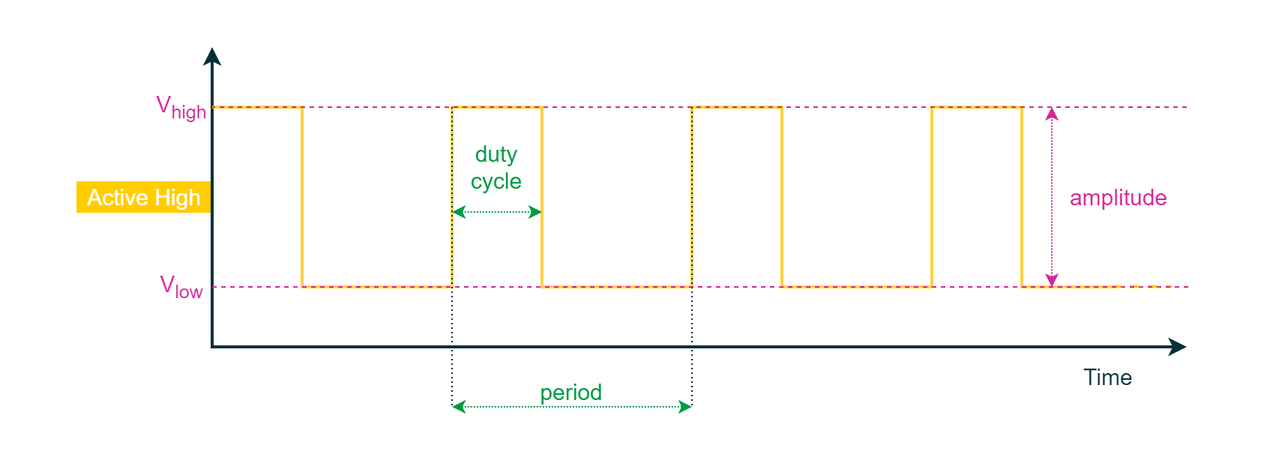
This is draw.io/PE Articles/General knowledge/Fundamentals/PWM 101 from Duty Cycle to Motor Control/Pulse wave details (PE).png from PLAY-Embedded/pe_assets, a draw.io export, as it was before one commit. Source tidied: cells renumbered, new cells last; positions are measured from the earlier drawing's top-left corner, leaving out a move shared by most shapes.
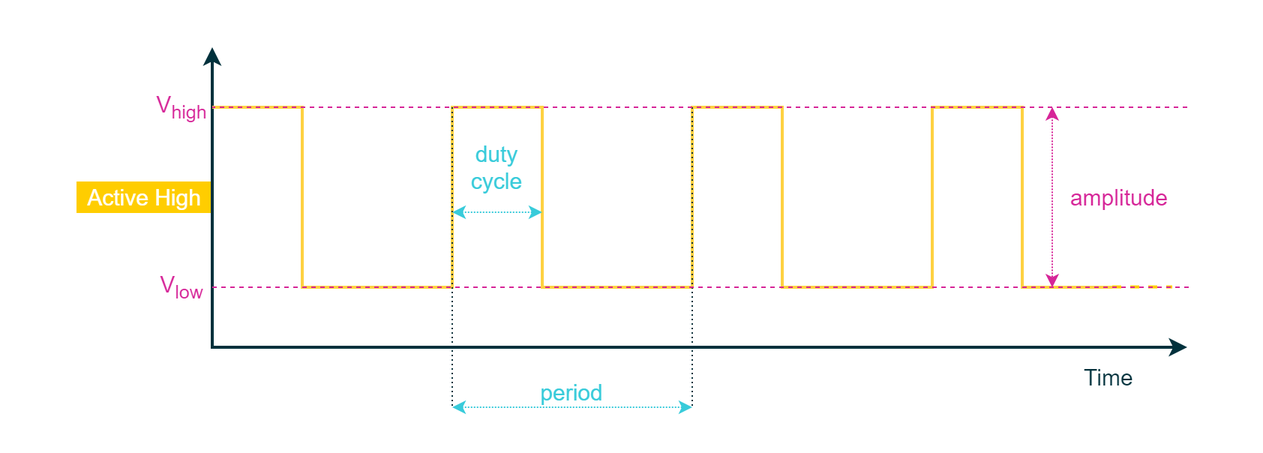
The same file after the commit.

What changed in the source:
```diff
@@ -60,22 +60,22 @@
         <mxPoint x="460" y="70" as="sourcePoint" />
       </mxGeometry>
     </mxCell>
-    <mxCell id="10" style="endArrow=classic;startArrow=classic;html=1;labelBackgroundColor=none;strokeColor=#009A44;strokeWidth=1;fillColor=#009A44;fontFamily=Arial;fontSize=8;fontColor=#0067B9;dashed=1;dashPattern=1 1;" parent="1" edge="1">
+    <mxCell id="10" style="endArrow=classic;startArrow=classic;html=1;labelBackgroundColor=none;strokeColor=#38CBDA;strokeWidth=1;fillColor=#38CBDA;fontFamily=Arial;fontSize=8;fontColor=#0067B9;dashed=1;dashPattern=1 1;" parent="1" edge="1">
       <mxGeometry relative="1" as="geometry">
         <mxPoint x="300" y="270" as="sourcePoint" />
         <mxPoint x="460" y="270" as="targetPoint" />
       </mxGeometry>
     </mxCell>
-    <mxCell id="11" value="&lt;font color=&quot;#009a44&quot; style=&quot;font-size: 15px;&quot;&gt;period&lt;/font&gt;" style="rounded=0;whiteSpace=wrap;html=1;strokeColor=none;strokeWidth=1;fillColor=none;fontFamily=Arial;fontSize=8;fontColor=#4DB182;align=center;" parent="1" vertex="1">
+    <mxCell id="11" value="&lt;font color=&quot;#38cbda&quot; style=&quot;font-size: 15px;&quot;&gt;period&lt;/font&gt;" style="rounded=0;whiteSpace=wrap;html=1;strokeColor=none;strokeWidth=1;fillColor=none;fontFamily=Arial;fontSize=8;fontColor=#4DB182;align=center;" parent="1" vertex="1">
       <mxGeometry x="300" y="250" width="160" height="20" as="geometry" />
     </mxCell>
-    <mxCell id="12" style="endArrow=classic;startArrow=classic;html=1;labelBackgroundColor=none;strokeColor=#009A44;strokeWidth=1;fillColor=#009A44;fontFamily=Arial;fontSize=8;fontColor=#0067B9;dashed=1;dashPattern=1 1;" parent="1" edge="1">
+    <mxCell id="12" style="endArrow=classic;startArrow=classic;html=1;labelBackgroundColor=none;strokeColor=#38CBDA;strokeWidth=1;fillColor=#38CBDA;fontFamily=Arial;fontSize=8;fontColor=#0067B9;dashed=1;dashPattern=1 1;" parent="1" edge="1">
       <mxGeometry relative="1" as="geometry">
         <mxPoint x="300" y="140" as="sourcePoint" />
         <mxPoint x="360" y="140" as="targetPoint" />
       </mxGeometry>
     </mxCell>
-    <mxCell id="13" value="&lt;font color=&quot;#009a44&quot; style=&quot;font-size: 15px;&quot;&gt;duty&lt;br&gt;cycle&lt;br&gt;&lt;/font&gt;" style="rounded=0;whiteSpace=wrap;html=1;strokeColor=none;strokeWidth=1;fillColor=none;fontFamily=Arial;fontSize=8;fontColor=#4DB182;align=center;" parent="1" vertex="1">
+    <mxCell id="13" value="&lt;font style=&quot;font-size: 15px;&quot;&gt;&lt;font color=&quot;#38cbda&quot;&gt;duty&lt;br&gt;cycle&lt;/font&gt;&lt;br&gt;&lt;/font&gt;" style="rounded=0;whiteSpace=wrap;html=1;strokeColor=none;strokeWidth=1;fillColor=none;fontFamily=Arial;fontSize=8;fontColor=#4DB182;align=center;" parent="1" vertex="1">
       <mxGeometry x="300" y="90" width="60" height="40" as="geometry" />
     </mxCell>
     <mxCell id="14" value="&lt;span style=&quot;font-size: 15px;&quot;&gt;&lt;font color=&quot;#d62598&quot;&gt;V&lt;sub style=&quot;&quot;&gt;high&lt;/sub&gt;&lt;/font&gt;&lt;/span&gt;" style="rounded=0;whiteSpace=wrap;html=1;strokeColor=none;strokeWidth=1;fillColor=none;fontFamily=Arial;fontSize=8;fontColor=#4DB182;align=center;" parent="1" vertex="1">
```
